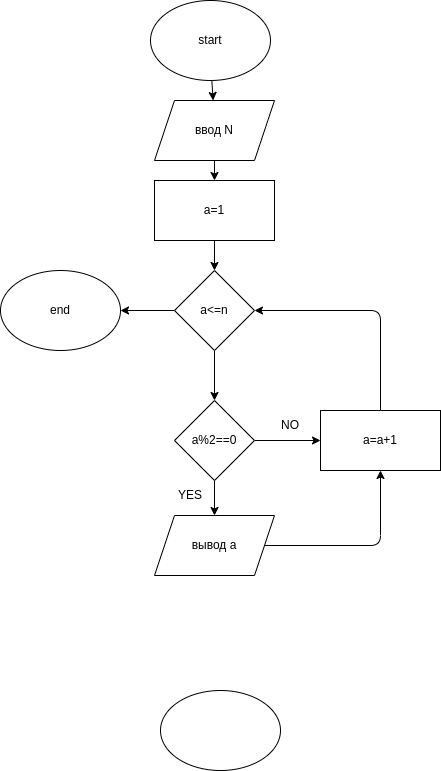
This is Homework/DZ_001/zadacha_004/diagram.drawio.png from FirLanPro/cSharp, a draw.io export, as it was before one commit. Source tidied: cells renumbered, new cells last; positions are measured from the earlier drawing's top-left corner, leaving out a move shared by most shapes.
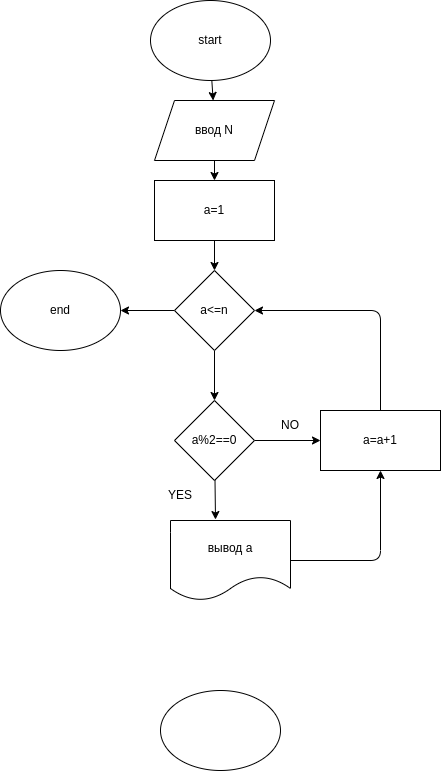
After the change.

Commit message:
редактирование б-с home dz_001 задача_004

The edit, as a diff of the source:
```diff
@@ -20,7 +20,7 @@
     <mxCell id="7" value="a=1" style="rounded=0;whiteSpace=wrap;html=1;" parent="1" vertex="1">
       <mxGeometry x="154" y="180" width="120" height="60" as="geometry" />
     </mxCell>
-    <mxCell id="8" style="edgeStyle=none;html=1;" parent="1" edge="1" source="10" target="12">
+    <mxCell id="8" style="edgeStyle=none;html=1;entryX=0.375;entryY=-0.012;entryDx=0;entryDy=0;entryPerimeter=0;" parent="1" edge="1" source="10" target="12">
       <mxGeometry relative="1" as="geometry" />
     </mxCell>
     <mxCell id="9" style="edgeStyle=none;html=1;" parent="1" edge="1" source="10" target="14">
@@ -32,13 +32,10 @@
     <mxCell id="11" style="edgeStyle=none;html=1;" parent="1" edge="1" source="12" target="14">
       <mxGeometry relative="1" as="geometry">
         <Array as="points">
-          <mxPoint x="380" y="545" />
+          <mxPoint x="380" y="560" />
         </Array>
       </mxGeometry>
     </mxCell>
-    <mxCell id="12" value="вывод a" style="shape=parallelogram;perimeter=parallelogramPerimeter;whiteSpace=wrap;html=1;fixedSize=1;" parent="1" vertex="1">
-      <mxGeometry x="154" y="515" width="120" height="60" as="geometry" />
-    </mxCell>
     <mxCell id="13" style="edgeStyle=none;html=1;" parent="1" edge="1" source="14" target="17">
       <mxGeometry relative="1" as="geometry">
         <Array as="points">
@@ -65,10 +62,13 @@
       <mxGeometry y="270" width="120" height="80" as="geometry" />
     </mxCell>
     <mxCell id="20" value="YES" style="text;html=1;strokeColor=none;fillColor=none;align=center;verticalAlign=middle;whiteSpace=wrap;rounded=0;" parent="1" vertex="1">
-      <mxGeometry x="160" y="480" width="60" height="30" as="geometry" />
+      <mxGeometry x="150" y="480" width="60" height="30" as="geometry" />
     </mxCell>
     <mxCell id="21" value="NO" style="text;html=1;strokeColor=none;fillColor=none;align=center;verticalAlign=middle;whiteSpace=wrap;rounded=0;" parent="1" vertex="1">
       <mxGeometry x="260" y="410" width="60" height="30" as="geometry" />
     </mxCell>
+    <mxCell id="12" value="вывод a" style="shape=document;whiteSpace=wrap;html=1;boundedLbl=1;" parent="1" vertex="1">
+      <mxGeometry x="170" y="520" width="120" height="80" as="geometry" />
+    </mxCell>
   </root>
 </mxGraphModel>
```
